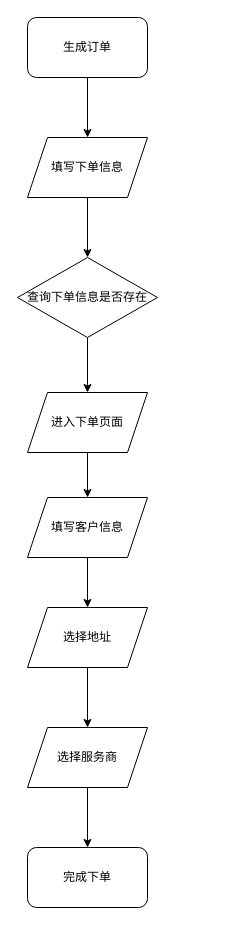
Wolfeather/blog keeps this draw.io diagram as 生成订单流程.drawio. Above is the earlier version. Source tidied: cells renumbered, new cells numbered last; positions are measured from the earlier drawing's top-left corner, leaving out a move shared by most shapes. Both pictures are drawn from the tidied source at 100%, with x=0, y=0 at pixel (17, 17).
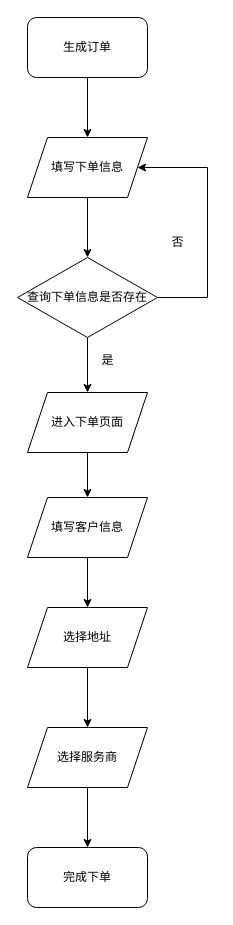
Above is the later version.

Commit message:
更新生成订单流程.drawio

Unchanged cells that the change refers to:
```xml
<mxCell id="3" value="填写下单信息" style="shape=parallelogram;perimeter=parallelogramPerimeter;whiteSpace=wrap;html=1;fixedSize=1;" parent="1" vertex="1">
  <mxGeometry x="10" y="120" width="120" height="60" as="geometry" />
</mxCell>
<mxCell id="4" value="查询下单信息是否存在" style="rhombus;whiteSpace=wrap;html=1;" parent="1" vertex="1">
  <mxGeometry y="240" width="140" height="80" as="geometry" />
</mxCell>
```

The edit, as a diff of the source:
```diff
@@
+    <mxCell id="17" value="是" style="text;html=1;align=center;verticalAlign=middle;strokeColor=none;fillColor=none;" parent="1" vertex="1">
+      <mxGeometry x="70" y="328" width="40" height="30" as="geometry" />
+    </mxCell>
+    <mxCell id="18" style="endArrow=classic;html=1;rounded=0;exitX=1;exitY=0.5;exitDx=0;exitDy=0;entryX=1;entryY=0.5;entryDx=0;entryDy=0;" parent="1" edge="1" source="4" target="3">
+      <mxGeometry relative="1" as="geometry">
+        <Array as="points">
+          <mxPoint x="190" y="280" />
+          <mxPoint x="190" y="150" />
+        </Array>
+      </mxGeometry>
+    </mxCell>
+    <mxCell id="19" value="否" style="text;html=1;align=center;verticalAlign=middle;strokeColor=none;fillColor=none;" parent="1" vertex="1">
+      <mxGeometry x="140" y="210" width="40" height="30" as="geometry" />
+    </mxCell>
```
